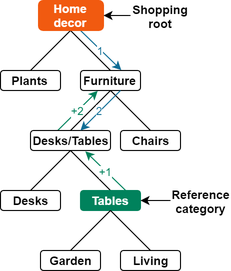
Earlier version of the draw.io export docs/personalization/img/categorypath_tree.png (ibexa/documentation-user). Source tidied: cells renumbered, new cells last; positions are measured from the earlier drawing's top-left corner, leaving out a move shared by most shapes. Source of this version:
```xml
<mxGraphModel>
  <root>
    <mxCell id="0" />
    <mxCell id="1" parent="0" />
    <mxCell id="2" value="1" style="endArrow=classic;html=1;strokeColor=#0f6d95;fontColor=#0f6d95;entryX=0.68;entryY=-0.021;entryDx=0;entryDy=0;entryPerimeter=0;" parent="1" edge="1" target="12">
      <mxGeometry relative="1" as="geometry">
        <mxPoint x="80" y="30" as="sourcePoint" />
      </mxGeometry>
    </mxCell>
    <mxCell id="3" value="+2" style="endArrow=classic;html=1;strokeColor=#00825c;entryX=0.289;entryY=1.021;entryDx=0;entryDy=0;entryPerimeter=0;fontColor=#00825c;exitX=0.341;exitY=-0.003;exitDx=0;exitDy=0;exitPerimeter=0;" parent="1" edge="1" source="13" target="12">
      <mxGeometry relative="1" as="geometry" />
    </mxCell>
    <mxCell id="4" style="endArrow=none;html=1;" parent="1" edge="1">
      <mxGeometry relative="1" as="geometry">
        <mxPoint x="30" y="70" as="sourcePoint" />
        <mxPoint x="70" y="30" as="targetPoint" />
      </mxGeometry>
    </mxCell>
    <mxCell id="5" style="endArrow=none;html=1;" parent="1" edge="1">
      <mxGeometry relative="1" as="geometry">
        <mxPoint x="70" y="30" as="sourcePoint" />
        <mxPoint x="110" y="70" as="targetPoint" />
      </mxGeometry>
    </mxCell>
    <mxCell id="6" style="endArrow=none;html=1;" parent="1" edge="1">
      <mxGeometry relative="1" as="geometry">
        <mxPoint x="110" y="90" as="sourcePoint" />
        <mxPoint x="150" y="130" as="targetPoint" />
      </mxGeometry>
    </mxCell>
    <mxCell id="7" style="endArrow=none;html=1;" parent="1" edge="1">
      <mxGeometry relative="1" as="geometry">
        <mxPoint x="70" y="130" as="sourcePoint" />
        <mxPoint x="110" y="90" as="targetPoint" />
      </mxGeometry>
    </mxCell>
    <mxCell id="8" style="endArrow=none;html=1;" parent="1" edge="1">
      <mxGeometry relative="1" as="geometry">
        <mxPoint x="30" y="190" as="sourcePoint" />
        <mxPoint x="70" y="150" as="targetPoint" />
      </mxGeometry>
    </mxCell>
    <mxCell id="9" style="endArrow=none;html=1;" parent="1" edge="1">
      <mxGeometry relative="1" as="geometry">
        <mxPoint x="70" y="150" as="sourcePoint" />
        <mxPoint x="110" y="190" as="targetPoint" />
      </mxGeometry>
    </mxCell>
    <mxCell id="10" value="&lt;b&gt;&lt;font color=&quot;#ffffff&quot;&gt;Home decor&lt;/font&gt;&lt;/b&gt;" style="rounded=1;whiteSpace=wrap;html=1;fillColor=#f15a10;strokeColor=#f15a10;" parent="1" vertex="1">
      <mxGeometry x="38" width="65" height="30" as="geometry" />
    </mxCell>
    <mxCell id="11" value="&lt;b&gt;Plants&lt;/b&gt;" style="rounded=1;whiteSpace=wrap;html=1;" parent="1" vertex="1">
      <mxGeometry y="70" width="60" height="20" as="geometry" />
    </mxCell>
    <mxCell id="12" value="&lt;b&gt;Furniture&lt;/b&gt;" style="rounded=1;whiteSpace=wrap;html=1;" parent="1" vertex="1">
      <mxGeometry x="80" y="70" width="60" height="20" as="geometry" />
    </mxCell>
    <mxCell id="13" value="&lt;b&gt;Desks/Tables&lt;/b&gt;" style="rounded=1;whiteSpace=wrap;html=1;" parent="1" vertex="1">
      <mxGeometry x="30" y="130" width="80" height="20" as="geometry" />
    </mxCell>
    <mxCell id="14" value="&lt;b&gt;Chairs&lt;/b&gt;" style="rounded=1;whiteSpace=wrap;html=1;" parent="1" vertex="1">
      <mxGeometry x="120" y="130" width="60" height="20" as="geometry" />
    </mxCell>
    <mxCell id="15" value="&lt;b&gt;Tables&lt;/b&gt;" style="rounded=1;whiteSpace=wrap;html=1;strokeColor=#00825c;fillColor=#00825c;fontColor=#FFFFFF;" parent="1" vertex="1">
      <mxGeometry x="80" y="190" width="60" height="20" as="geometry" />
    </mxCell>
    <mxCell id="16" style="endArrow=none;html=1;" parent="1" edge="1">
      <mxGeometry relative="1" as="geometry">
        <mxPoint x="110" y="210" as="sourcePoint" />
        <mxPoint x="150" y="250" as="targetPoint" />
      </mxGeometry>
    </mxCell>
    <mxCell id="17" style="endArrow=none;html=1;" parent="1" edge="1">
      <mxGeometry relative="1" as="geometry">
        <mxPoint x="70" y="250" as="sourcePoint" />
        <mxPoint x="110" y="210" as="targetPoint" />
      </mxGeometry>
    </mxCell>
    <mxCell id="18" value="&lt;b&gt;Garden&lt;/b&gt;" style="rounded=1;whiteSpace=wrap;html=1;" parent="1" vertex="1">
      <mxGeometry x="40" y="250" width="60" height="20" as="geometry" />
    </mxCell>
    <mxCell id="19" value="&lt;b&gt;Living&lt;/b&gt;" style="rounded=1;whiteSpace=wrap;html=1;" parent="1" vertex="1">
      <mxGeometry x="120" y="250" width="60" height="20" as="geometry" />
    </mxCell>
    <mxCell id="20" value="&lt;b&gt;Desks&lt;/b&gt;" style="rounded=1;whiteSpace=wrap;html=1;" parent="1" vertex="1">
      <mxGeometry y="190" width="60" height="20" as="geometry" />
    </mxCell>
    <mxCell id="21" value="+1" style="endArrow=classic;html=1;strokeColor=#00825c;fontColor=#00825C;entryX=0.685;entryY=1.03;entryDx=0;entryDy=0;entryPerimeter=0;exitX=0.75;exitY=0;exitDx=0;exitDy=0;" parent="1" edge="1" source="15" target="13">
      <mxGeometry relative="1" as="geometry" />
    </mxCell>
    <mxCell id="22" value="2" style="endArrow=classic;html=1;strokeColor=#0f6d95;fontColor=#0F6D95;" parent="1" edge="1" target="13">
      <mxGeometry relative="1" as="geometry">
        <mxPoint x="120" y="90" as="sourcePoint" />
      </mxGeometry>
    </mxCell>
    <mxCell id="23" value="&lt;b style=&quot;font-size: 12px&quot;&gt;Shopping root&lt;/b&gt;" style="text;html=1;strokeColor=none;fillColor=none;align=center;verticalAlign=middle;whiteSpace=wrap;rounded=0;fontColor=#000000;fontSize=12;" parent="1" vertex="1">
      <mxGeometry x="130" width="60" height="30" as="geometry" />
    </mxCell>
    <mxCell id="24" value="Reference category" style="text;html=1;strokeColor=none;fillColor=none;align=center;verticalAlign=middle;whiteSpace=wrap;rounded=0;fontSize=12;fontColor=#000000;fontStyle=1;" parent="1" vertex="1">
      <mxGeometry x="170" y="185" width="60" height="30" as="geometry" />
    </mxCell>
    <mxCell id="25" style="endArrow=classic;html=1;strokeColor=#000000;fontSize=12;fontColor=#00825C;entryX=1;entryY=0.5;entryDx=0;entryDy=0;" parent="1" edge="1" source="24" target="15">
      <mxGeometry relative="1" as="geometry" />
    </mxCell>
    <mxCell id="26" style="endArrow=classic;html=1;strokeColor=#000000;fontSize=12;fontColor=#00825C;" parent="1" edge="1" target="10">
      <mxGeometry relative="1" as="geometry">
        <mxPoint x="130" y="15" as="sourcePoint" />
      </mxGeometry>
    </mxCell>
  </root>
</mxGraphModel>
```
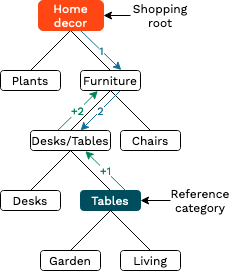
After the commit.

Commit message:
IBX-760:Diagrams rebranding

Diff of the diagram source:
```diff
@@ -2,107 +2,107 @@
   <root>
     <mxCell id="0" />
     <mxCell id="1" parent="0" />
-    <mxCell id="2" value="1" style="endArrow=classic;html=1;strokeColor=#0f6d95;fontColor=#0f6d95;entryX=0.68;entryY=-0.021;entryDx=0;entryDy=0;entryPerimeter=0;" parent="1" edge="1" target="12">
+    <mxCell id="2" value="1" style="endArrow=classic;html=1;strokeColor=#0f6d95;fontColor=#0f6d95;entryX=0.68;entryY=-0.021;entryDx=0;entryDy=0;entryPerimeter=0;fontFamily=work sans;fontSource=https%3A%2F%2Ffonts.googleapis.com%2Fcss%3Ffamily%3Dwork%2Bsans;fontStyle=0;" parent="1" edge="1" target="12">
       <mxGeometry relative="1" as="geometry">
         <mxPoint x="80" y="30" as="sourcePoint" />
       </mxGeometry>
     </mxCell>
-    <mxCell id="3" value="+2" style="endArrow=classic;html=1;strokeColor=#00825c;entryX=0.289;entryY=1.021;entryDx=0;entryDy=0;entryPerimeter=0;fontColor=#00825c;exitX=0.341;exitY=-0.003;exitDx=0;exitDy=0;exitPerimeter=0;" parent="1" edge="1" source="13" target="12">
+    <mxCell id="3" value="+2" style="endArrow=classic;html=1;strokeColor=#00825c;entryX=0.289;entryY=1.021;entryDx=0;entryDy=0;entryPerimeter=0;fontColor=#00825c;exitX=0.341;exitY=-0.003;exitDx=0;exitDy=0;exitPerimeter=0;fontFamily=work sans;fontSource=https%3A%2F%2Ffonts.googleapis.com%2Fcss%3Ffamily%3Dwork%2Bsans;fontStyle=0;" parent="1" edge="1" source="13" target="12">
       <mxGeometry relative="1" as="geometry" />
     </mxCell>
-    <mxCell id="4" style="endArrow=none;html=1;" parent="1" edge="1">
+    <mxCell id="4" style="endArrow=none;html=1;fontFamily=work sans;fontSource=https%3A%2F%2Ffonts.googleapis.com%2Fcss%3Ffamily%3Dwork%2Bsans;fontStyle=0;" parent="1" edge="1">
       <mxGeometry relative="1" as="geometry">
         <mxPoint x="30" y="70" as="sourcePoint" />
         <mxPoint x="70" y="30" as="targetPoint" />
       </mxGeometry>
     </mxCell>
-    <mxCell id="5" style="endArrow=none;html=1;" parent="1" edge="1">
+    <mxCell id="5" style="endArrow=none;html=1;fontFamily=work sans;fontSource=https%3A%2F%2Ffonts.googleapis.com%2Fcss%3Ffamily%3Dwork%2Bsans;fontStyle=0;" parent="1" edge="1">
       <mxGeometry relative="1" as="geometry">
         <mxPoint x="70" y="30" as="sourcePoint" />
         <mxPoint x="110" y="70" as="targetPoint" />
       </mxGeometry>
     </mxCell>
-    <mxCell id="6" style="endArrow=none;html=1;" parent="1" edge="1">
+    <mxCell id="6" style="endArrow=none;html=1;fontFamily=work sans;fontSource=https%3A%2F%2Ffonts.googleapis.com%2Fcss%3Ffamily%3Dwork%2Bsans;fontStyle=0;" parent="1" edge="1">
       <mxGeometry relative="1" as="geometry">
         <mxPoint x="110" y="90" as="sourcePoint" />
         <mxPoint x="150" y="130" as="targetPoint" />
       </mxGeometry>
     </mxCell>
-    <mxCell id="7" style="endArrow=none;html=1;" parent="1" edge="1">
+    <mxCell id="7" style="endArrow=none;html=1;fontFamily=work sans;fontSource=https%3A%2F%2Ffonts.googleapis.com%2Fcss%3Ffamily%3Dwork%2Bsans;fontStyle=0;" parent="1" edge="1">
       <mxGeometry relative="1" as="geometry">
         <mxPoint x="70" y="130" as="sourcePoint" />
         <mxPoint x="110" y="90" as="targetPoint" />
       </mxGeometry>
     </mxCell>
-    <mxCell id="8" style="endArrow=none;html=1;" parent="1" edge="1">
+    <mxCell id="8" style="endArrow=none;html=1;fontFamily=work sans;fontSource=https%3A%2F%2Ffonts.googleapis.com%2Fcss%3Ffamily%3Dwork%2Bsans;fontStyle=0;" parent="1" edge="1">
       <mxGeometry relative="1" as="geometry">
         <mxPoint x="30" y="190" as="sourcePoint" />
         <mxPoint x="70" y="150" as="targetPoint" />
       </mxGeometry>
     </mxCell>
-    <mxCell id="9" style="endArrow=none;html=1;" parent="1" edge="1">
+    <mxCell id="9" style="endArrow=none;html=1;fontFamily=work sans;fontSource=https%3A%2F%2Ffonts.googleapis.com%2Fcss%3Ffamily%3Dwork%2Bsans;fontStyle=0;" parent="1" edge="1">
       <mxGeometry relative="1" as="geometry">
         <mxPoint x="70" y="150" as="sourcePoint" />
         <mxPoint x="110" y="190" as="targetPoint" />
       </mxGeometry>
     </mxCell>
-    <mxCell id="10" value="&lt;b&gt;&lt;font color=&quot;#ffffff&quot;&gt;Home decor&lt;/font&gt;&lt;/b&gt;" style="rounded=1;whiteSpace=wrap;html=1;fillColor=#f15a10;strokeColor=#f15a10;" parent="1" vertex="1">
+    <mxCell id="10" value="&lt;span&gt;&lt;font color=&quot;#ffffff&quot;&gt;Home decor&lt;/font&gt;&lt;/span&gt;" style="rounded=1;whiteSpace=wrap;html=1;fillColor=#FF4713;strokeColor=#FF4713;fontFamily=work sans;fontSource=https%3A%2F%2Ffonts.googleapis.com%2Fcss%3Ffamily%3Dwork%2Bsans;fontStyle=0;" parent="1" vertex="1">
       <mxGeometry x="38" width="65" height="30" as="geometry" />
     </mxCell>
-    <mxCell id="11" value="&lt;b&gt;Plants&lt;/b&gt;" style="rounded=1;whiteSpace=wrap;html=1;" parent="1" vertex="1">
+    <mxCell id="11" value="&lt;span&gt;Plants&lt;/span&gt;" style="rounded=1;whiteSpace=wrap;html=1;fontFamily=work sans;fontSource=https%3A%2F%2Ffonts.googleapis.com%2Fcss%3Ffamily%3Dwork%2Bsans;fontStyle=0;" parent="1" vertex="1">
       <mxGeometry y="70" width="60" height="20" as="geometry" />
     </mxCell>
-    <mxCell id="12" value="&lt;b&gt;Furniture&lt;/b&gt;" style="rounded=1;whiteSpace=wrap;html=1;" parent="1" vertex="1">
+    <mxCell id="12" value="&lt;span&gt;Furniture&lt;/span&gt;" style="rounded=1;whiteSpace=wrap;html=1;fontFamily=work sans;fontSource=https%3A%2F%2Ffonts.googleapis.com%2Fcss%3Ffamily%3Dwork%2Bsans;fontStyle=0;" parent="1" vertex="1">
       <mxGeometry x="80" y="70" width="60" height="20" as="geometry" />
     </mxCell>
-    <mxCell id="13" value="&lt;b&gt;Desks/Tables&lt;/b&gt;" style="rounded=1;whiteSpace=wrap;html=1;" parent="1" vertex="1">
+    <mxCell id="13" value="&lt;span&gt;Desks/Tables&lt;/span&gt;" style="rounded=1;whiteSpace=wrap;html=1;fontFamily=work sans;fontSource=https%3A%2F%2Ffonts.googleapis.com%2Fcss%3Ffamily%3Dwork%2Bsans;fontStyle=0;" parent="1" vertex="1">
       <mxGeometry x="30" y="130" width="80" height="20" as="geometry" />
     </mxCell>
-    <mxCell id="14" value="&lt;b&gt;Chairs&lt;/b&gt;" style="rounded=1;whiteSpace=wrap;html=1;" parent="1" vertex="1">
+    <mxCell id="14" value="&lt;span&gt;Chairs&lt;/span&gt;" style="rounded=1;whiteSpace=wrap;html=1;fontFamily=work sans;fontSource=https%3A%2F%2Ffonts.googleapis.com%2Fcss%3Ffamily%3Dwork%2Bsans;fontStyle=0;" parent="1" vertex="1">
       <mxGeometry x="120" y="130" width="60" height="20" as="geometry" />
     </mxCell>
-    <mxCell id="15" value="&lt;b&gt;Tables&lt;/b&gt;" style="rounded=1;whiteSpace=wrap;html=1;strokeColor=#00825c;fillColor=#00825c;fontColor=#FFFFFF;" parent="1" vertex="1">
+    <mxCell id="15" value="&lt;span&gt;Tables&lt;/span&gt;" style="rounded=1;whiteSpace=wrap;html=1;fontColor=#FFFFFF;fillColor=#004D5D;strokeColor=#004D5D;fontFamily=work sans;fontSource=https%3A%2F%2Ffonts.googleapis.com%2Fcss%3Ffamily%3Dwork%2Bsans;fontStyle=0;" parent="1" vertex="1">
       <mxGeometry x="80" y="190" width="60" height="20" as="geometry" />
     </mxCell>
-    <mxCell id="16" style="endArrow=none;html=1;" parent="1" edge="1">
+    <mxCell id="16" style="endArrow=none;html=1;fontFamily=work sans;fontSource=https%3A%2F%2Ffonts.googleapis.com%2Fcss%3Ffamily%3Dwork%2Bsans;fontStyle=0;" parent="1" edge="1">
       <mxGeometry relative="1" as="geometry">
         <mxPoint x="110" y="210" as="sourcePoint" />
         <mxPoint x="150" y="250" as="targetPoint" />
       </mxGeometry>
     </mxCell>
-    <mxCell id="17" style="endArrow=none;html=1;" parent="1" edge="1">
+    <mxCell id="17" style="endArrow=none;html=1;fontFamily=work sans;fontSource=https%3A%2F%2Ffonts.googleapis.com%2Fcss%3Ffamily%3Dwork%2Bsans;fontStyle=0;" parent="1" edge="1">
       <mxGeometry relative="1" as="geometry">
         <mxPoint x="70" y="250" as="sourcePoint" />
         <mxPoint x="110" y="210" as="targetPoint" />
       </mxGeometry>
     </mxCell>
-    <mxCell id="18" value="&lt;b&gt;Garden&lt;/b&gt;" style="rounded=1;whiteSpace=wrap;html=1;" parent="1" vertex="1">
+    <mxCell id="18" value="&lt;span&gt;Garden&lt;/span&gt;" style="rounded=1;whiteSpace=wrap;html=1;fontFamily=work sans;fontSource=https%3A%2F%2Ffonts.googleapis.com%2Fcss%3Ffamily%3Dwork%2Bsans;fontStyle=0;" parent="1" vertex="1">
       <mxGeometry x="40" y="250" width="60" height="20" as="geometry" />
     </mxCell>
-    <mxCell id="19" value="&lt;b&gt;Living&lt;/b&gt;" style="rounded=1;whiteSpace=wrap;html=1;" parent="1" vertex="1">
+    <mxCell id="19" value="&lt;span&gt;Living&lt;/span&gt;" style="rounded=1;whiteSpace=wrap;html=1;fontFamily=work sans;fontSource=https%3A%2F%2Ffonts.googleapis.com%2Fcss%3Ffamily%3Dwork%2Bsans;fontStyle=0;" parent="1" vertex="1">
       <mxGeometry x="120" y="250" width="60" height="20" as="geometry" />
     </mxCell>
-    <mxCell id="20" value="&lt;b&gt;Desks&lt;/b&gt;" style="rounded=1;whiteSpace=wrap;html=1;" parent="1" vertex="1">
+    <mxCell id="20" value="&lt;span&gt;Desks&lt;/span&gt;" style="rounded=1;whiteSpace=wrap;html=1;fontFamily=work sans;fontSource=https%3A%2F%2Ffonts.googleapis.com%2Fcss%3Ffamily%3Dwork%2Bsans;fontStyle=0;" parent="1" vertex="1">
       <mxGeometry y="190" width="60" height="20" as="geometry" />
     </mxCell>
-    <mxCell id="21" value="+1" style="endArrow=classic;html=1;strokeColor=#00825c;fontColor=#00825C;entryX=0.685;entryY=1.03;entryDx=0;entryDy=0;entryPerimeter=0;exitX=0.75;exitY=0;exitDx=0;exitDy=0;" parent="1" edge="1" source="15" target="13">
+    <mxCell id="21" value="+1" style="endArrow=classic;html=1;strokeColor=#00825c;fontColor=#00825C;entryX=0.685;entryY=1.03;entryDx=0;entryDy=0;entryPerimeter=0;exitX=0.75;exitY=0;exitDx=0;exitDy=0;fontFamily=work sans;fontSource=https%3A%2F%2Ffonts.googleapis.com%2Fcss%3Ffamily%3Dwork%2Bsans;fontStyle=0;" parent="1" edge="1" source="15" target="13">
       <mxGeometry relative="1" as="geometry" />
     </mxCell>
-    <mxCell id="22" value="2" style="endArrow=classic;html=1;strokeColor=#0f6d95;fontColor=#0F6D95;" parent="1" edge="1" target="13">
+    <mxCell id="22" value="2" style="endArrow=classic;html=1;strokeColor=#0f6d95;fontColor=#0F6D95;fontFamily=work sans;fontSource=https%3A%2F%2Ffonts.googleapis.com%2Fcss%3Ffamily%3Dwork%2Bsans;fontStyle=0;" parent="1" edge="1" target="13">
       <mxGeometry relative="1" as="geometry">
         <mxPoint x="120" y="90" as="sourcePoint" />
       </mxGeometry>
     </mxCell>
-    <mxCell id="23" value="&lt;b style=&quot;font-size: 12px&quot;&gt;Shopping root&lt;/b&gt;" style="text;html=1;strokeColor=none;fillColor=none;align=center;verticalAlign=middle;whiteSpace=wrap;rounded=0;fontColor=#000000;fontSize=12;" parent="1" vertex="1">
+    <mxCell id="23" value="&lt;span style=&quot;font-size: 12px&quot;&gt;Shopping root&lt;/span&gt;" style="text;html=1;strokeColor=none;fillColor=none;align=center;verticalAlign=middle;whiteSpace=wrap;rounded=0;fontColor=#000000;fontSize=12;fontFamily=work sans;fontSource=https%3A%2F%2Ffonts.googleapis.com%2Fcss%3Ffamily%3Dwork%2Bsans;fontStyle=0;" parent="1" vertex="1">
       <mxGeometry x="130" width="60" height="30" as="geometry" />
     </mxCell>
-    <mxCell id="24" value="Reference category" style="text;html=1;strokeColor=none;fillColor=none;align=center;verticalAlign=middle;whiteSpace=wrap;rounded=0;fontSize=12;fontColor=#000000;fontStyle=1;" parent="1" vertex="1">
+    <mxCell id="24" value="Reference category" style="text;html=1;strokeColor=none;fillColor=none;align=center;verticalAlign=middle;whiteSpace=wrap;rounded=0;fontSize=12;fontColor=#000000;fontStyle=0;fontFamily=work sans;fontSource=https%3A%2F%2Ffonts.googleapis.com%2Fcss%3Ffamily%3Dwork%2Bsans;" parent="1" vertex="1">
       <mxGeometry x="170" y="185" width="60" height="30" as="geometry" />
     </mxCell>
-    <mxCell id="25" style="endArrow=classic;html=1;strokeColor=#000000;fontSize=12;fontColor=#00825C;entryX=1;entryY=0.5;entryDx=0;entryDy=0;" parent="1" edge="1" source="24" target="15">
+    <mxCell id="25" style="endArrow=classic;html=1;strokeColor=#000000;fontSize=12;fontColor=#00825C;entryX=1;entryY=0.5;entryDx=0;entryDy=0;fontFamily=work sans;fontSource=https%3A%2F%2Ffonts.googleapis.com%2Fcss%3Ffamily%3Dwork%2Bsans;fontStyle=0;" parent="1" edge="1" source="24" target="15">
       <mxGeometry relative="1" as="geometry" />
     </mxCell>
-    <mxCell id="26" style="endArrow=classic;html=1;strokeColor=#000000;fontSize=12;fontColor=#00825C;" parent="1" edge="1" target="10">
+    <mxCell id="26" style="endArrow=classic;html=1;strokeColor=#000000;fontSize=12;fontColor=#00825C;fontFamily=work sans;fontSource=https%3A%2F%2Ffonts.googleapis.com%2Fcss%3Ffamily%3Dwork%2Bsans;fontStyle=0;" parent="1" edge="1" target="10">
       <mxGeometry relative="1" as="geometry">
         <mxPoint x="130" y="15" as="sourcePoint" />
       </mxGeometry>
```
